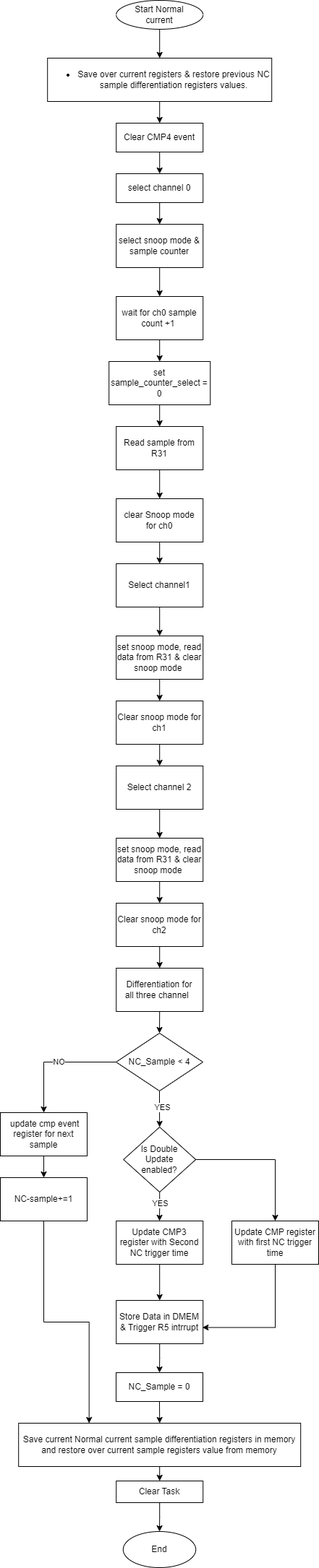
Above: docs_src/docs/api_guide/images/current_sense/SDFM_NC_FLOW_CHART.png in TexasInstruments/motor-control-sdk (draw.io), before the change. Source tidied: cells renumbered, new cells last; positions are measured from the earlier drawing's top-left corner, leaving out a move shared by most shapes.
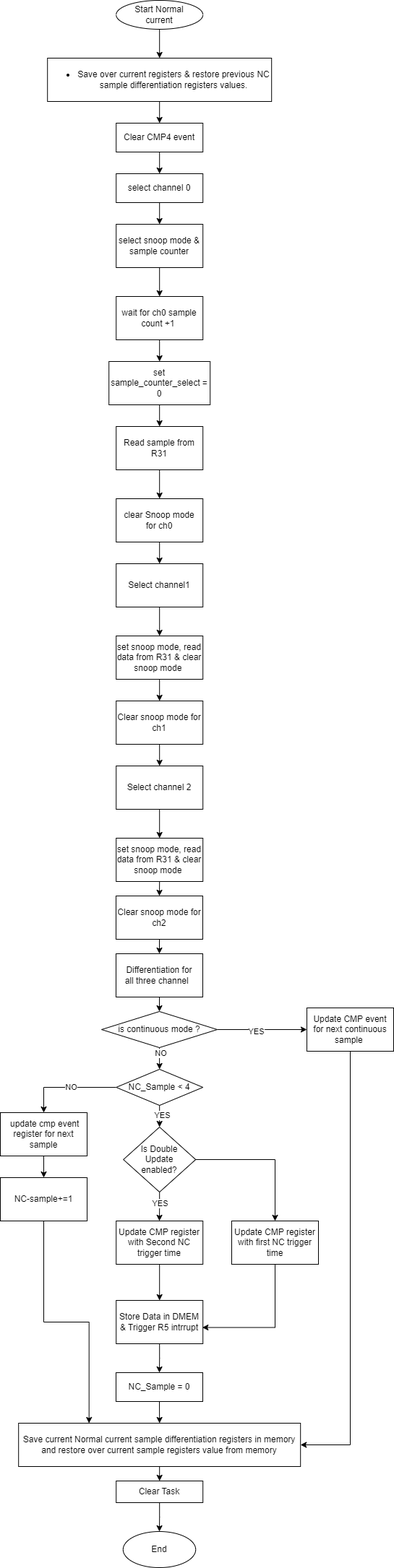
Later version of the same file.

The edit, as a diff of the source:
```diff
@@ -90,13 +90,16 @@
       <mxGeometry relative="1" as="geometry" />
     </mxCell>
     <mxCell id="31" value="Clear snoop mode for ch2" style="rounded=0;whiteSpace=wrap;html=1;" parent="1" vertex="1">
-      <mxGeometry x="160.2" y="1250" width="120" height="60" as="geometry" />
+      <mxGeometry x="160" y="1240" width="120" height="60" as="geometry" />
     </mxCell>
-    <mxCell id="32" style="edgeStyle=orthogonalEdgeStyle;rounded=0;jettySize=auto;html=1;exitX=0.5;exitY=1;exitDx=0;exitDy=0;entryX=0.5;entryY=0;entryDx=0;entryDy=0;" parent="1" edge="1" source="33" target="38">
+    <mxCell id="32" style="edgeStyle=orthogonalEdgeStyle;rounded=0;jettySize=auto;html=1;exitX=0.5;exitY=1;exitDx=0;exitDy=0;entryX=0.5;entryY=0;entryDx=0;entryDy=0;" parent="1" edge="1" source="64" target="38">
       <mxGeometry relative="1" as="geometry" />
     </mxCell>
+    <mxCell id="60" value="NO" style="edgeLabel;html=1;align=center;verticalAlign=middle;" parent="32" vertex="1">
+      <mxGeometry x="-0.5" y="1" relative="1" as="geometry" />
+    </mxCell>
     <mxCell id="33" value="Differentiation for&lt;br&gt;all three channel&amp;nbsp;&amp;nbsp;" style="rounded=0;whiteSpace=wrap;html=1;" parent="1" vertex="1">
-      <mxGeometry x="160.2" y="1340" width="120" height="60" as="geometry" />
+      <mxGeometry x="160" y="1320" width="120" height="60" as="geometry" />
     </mxCell>
     <mxCell id="34" style="edgeStyle=orthogonalEdgeStyle;rounded=0;jettySize=auto;html=1;exitX=0.5;exitY=1;exitDx=0;exitDy=0;entryX=0.5;entryY=0;entryDx=0;entryDy=0;" parent="1" edge="1" source="38" target="42">
       <mxGeometry relative="1" as="geometry" />
@@ -111,7 +114,7 @@
       <mxGeometry x="-0.06" y="-1" relative="1" as="geometry" />
     </mxCell>
     <mxCell id="38" value="NC_Sample &amp;lt; 4" style="rhombus;whiteSpace=wrap;html=1;" parent="1" vertex="1">
-      <mxGeometry x="160" y="1430" width="120" height="80" as="geometry" />
+      <mxGeometry x="160.2" y="1480" width="120" height="50" as="geometry" />
     </mxCell>
     <mxCell id="39" style="edgeStyle=orthogonalEdgeStyle;rounded=0;jettySize=auto;html=1;exitX=0.5;exitY=1;exitDx=0;exitDy=0;" parent="1" edge="1" source="42">
       <mxGeometry relative="1" as="geometry">
@@ -130,7 +133,7 @@
     <mxCell id="43" style="edgeStyle=orthogonalEdgeStyle;rounded=0;jettySize=auto;html=1;exitX=0.5;exitY=1;exitDx=0;exitDy=0;entryX=0.5;entryY=0;entryDx=0;entryDy=0;" parent="1" edge="1" source="44" target="48">
       <mxGeometry relative="1" as="geometry" />
     </mxCell>
-    <mxCell id="44" value="Update CMP3 register with Second NC trigger time" style="rounded=0;whiteSpace=wrap;html=1;" parent="1" vertex="1">
+    <mxCell id="44" value="Update CMP register with Second NC trigger time" style="rounded=0;whiteSpace=wrap;html=1;" parent="1" vertex="1">
       <mxGeometry x="160.2" y="1690" width="120" height="60" as="geometry" />
     </mxCell>
     <mxCell id="45" style="edgeStyle=orthogonalEdgeStyle;rounded=0;jettySize=auto;html=1;exitX=0.5;exitY=1;exitDx=0;exitDy=0;entryX=0.993;entryY=0.625;entryDx=0;entryDy=0;entryPerimeter=0;" parent="1" edge="1" source="46" target="48">
@@ -180,5 +183,23 @@
     <mxCell id="59" value="NC-sample+=1" style="rounded=0;whiteSpace=wrap;html=1;" parent="1" vertex="1">
       <mxGeometry y="1630" width="120" height="60" as="geometry" />
     </mxCell>
+    <mxCell id="61" style="edgeStyle=orthogonalEdgeStyle;rounded=0;jettySize=auto;html=1;exitX=0.5;exitY=1;exitDx=0;exitDy=0;entryX=0.5;entryY=0;entryDx=0;entryDy=0;" parent="1" edge="1" source="33" target="64">
+      <mxGeometry relative="1" as="geometry" />
+    </mxCell>
+    <mxCell id="62" style="edgeStyle=orthogonalEdgeStyle;rounded=0;jettySize=auto;html=1;exitX=1;exitY=0.5;exitDx=0;exitDy=0;entryX=0;entryY=0.5;entryDx=0;entryDy=0;" parent="1" edge="1" source="64" target="66">
+      <mxGeometry relative="1" as="geometry" />
+    </mxCell>
+    <mxCell id="63" value="YES" style="edgeLabel;html=1;align=center;verticalAlign=middle;" parent="62" vertex="1">
+      <mxGeometry x="-0.15" y="-2" relative="1" as="geometry" />
+    </mxCell>
+    <mxCell id="64" value="is continuous mode ?" style="rhombus;whiteSpace=wrap;html=1;" parent="1" vertex="1">
+      <mxGeometry x="140" y="1400" width="160" height="50" as="geometry" />
+    </mxCell>
+    <mxCell id="65" style="edgeStyle=orthogonalEdgeStyle;rounded=0;jettySize=auto;html=1;exitX=0.5;exitY=1;exitDx=0;exitDy=0;entryX=1;entryY=0.5;entryDx=0;entryDy=0;" parent="1" edge="1" source="66" target="51">
+      <mxGeometry relative="1" as="geometry" />
+    </mxCell>
+    <mxCell id="66" value="Update CMP event for next continuous sample&amp;nbsp;" style="rounded=0;whiteSpace=wrap;html=1;" parent="1" vertex="1">
+      <mxGeometry x="424" y="1395" width="120" height="60" as="geometry" />
+    </mxCell>
   </root>
 </mxGraphModel>
```
